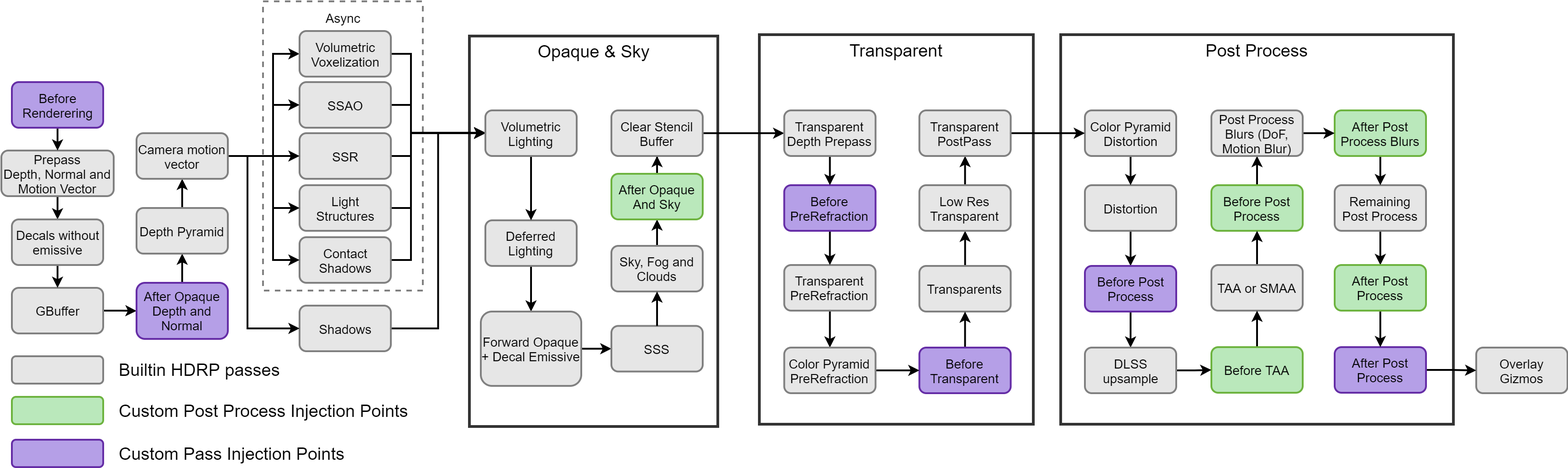
Above: Documentation~/Images/HDRP-frame-graph-diagram.png in needle-mirror/com.unity.render-pipelines.high-definition (draw.io), before the change. Source tidied: cells renumbered, new cells last; positions are measured from the earlier drawing's top-left corner, leaving out a move shared by most shapes.
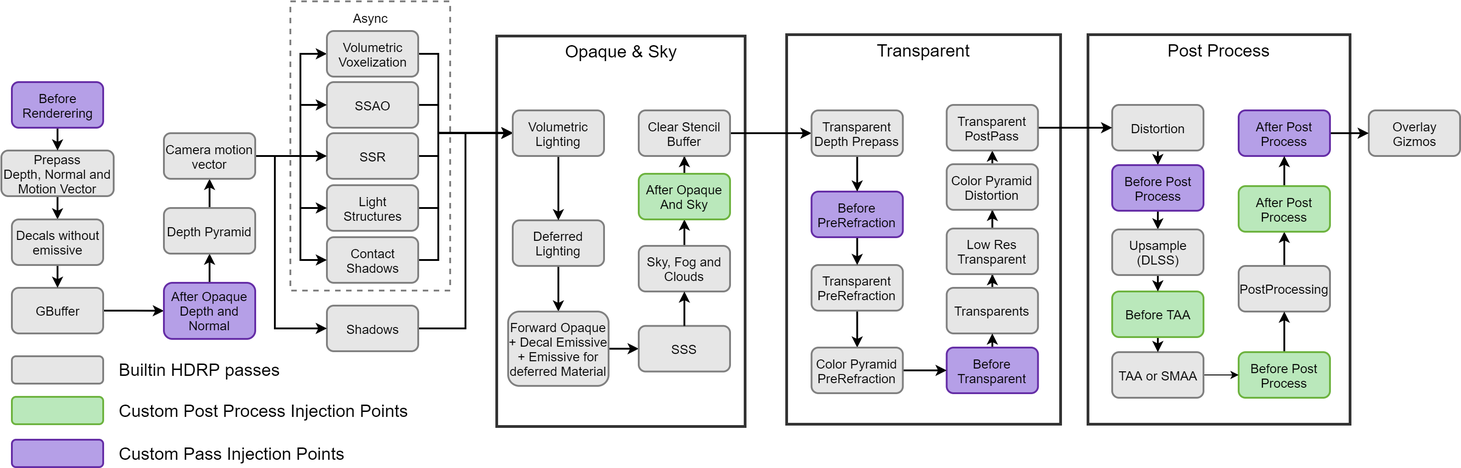
The same file after the commit.

What changed in the source:
```diff
@@ -9,7 +9,7 @@
       <mxGeometry x="512.5" y="38" width="272" height="428" as="geometry" />
     </mxCell>
     <mxCell id="4" value="&lt;font style=&quot;font-size: 19px&quot;&gt;Post Process&lt;br&gt;&lt;/font&gt;" style="rounded=0;whiteSpace=wrap;html=1;fillColor=none;strokeWidth=3;strokeColor=#333333;verticalAlign=top;fontSize=19;" parent="1" vertex="1">
-      <mxGeometry x="1160" y="36.5" width="430" height="427" as="geometry" />
+      <mxGeometry x="1160" y="36.5" width="287" height="427" as="geometry" />
     </mxCell>
     <mxCell id="5" value="&lt;font style=&quot;font-size: 19px&quot;&gt;Transparent&lt;br&gt;&lt;br&gt;&lt;/font&gt;" style="rounded=0;whiteSpace=wrap;html=1;fillColor=none;strokeWidth=3;strokeColor=#333333;verticalAlign=top;fontSize=19;" parent="1" vertex="1">
       <mxGeometry x="830" y="36.5" width="300" height="427" as="geometry" />
@@ -18,13 +18,13 @@
       <mxGeometry relative="1" as="geometry" />
     </mxCell>
     <mxCell id="7" value="Prepass&lt;br&gt;Depth, Normal and&lt;br&gt;Motion Vector" style="rounded=1;whiteSpace=wrap;html=1;strokeWidth=2;labelBackgroundColor=none;strokeColor=#808080;fontSize=14;fillColor=#E6E6E6;" parent="1" vertex="1">
-      <mxGeometry y="163.5" width="123" height="50" as="geometry" />
+      <mxGeometry x="-30" y="163.5" width="123" height="50" as="geometry" />
     </mxCell>
     <mxCell id="8" style="edgeStyle=orthogonalEdgeStyle;rounded=0;jettySize=auto;html=1;strokeColor=#000000;strokeWidth=2;fontSize=19;fontColor=#E6E6E6;" parent="1" edge="1" source="9" target="43">
       <mxGeometry relative="1" as="geometry" />
     </mxCell>
     <mxCell id="9" value="GBuffer&lt;br style=&quot;font-size: 14px;&quot;&gt;" style="rounded=1;whiteSpace=wrap;html=1;strokeWidth=2;labelBackgroundColor=none;strokeColor=#808080;fontSize=14;fillColor=#E6E6E6;" parent="1" vertex="1">
-      <mxGeometry x="11.5" y="314" width="100" height="50" as="geometry" />
+      <mxGeometry x="-18.5" y="314" width="100" height="50" as="geometry" />
     </mxCell>
     <mxCell id="10" style="edgeStyle=orthogonalEdgeStyle;rounded=0;jettySize=auto;html=1;exitX=1;exitY=0.5;exitDx=0;exitDy=0;strokeColor=#000000;strokeWidth=2;fontSize=19;fontColor=#E6E6E6;" parent="1" edge="1" source="11" target="83">
       <mxGeometry relative="1" as="geometry">
@@ -68,14 +68,14 @@
     <mxCell id="18" style="edgeStyle=orthogonalEdgeStyle;rounded=0;jettySize=auto;html=1;fontColor=#FCFCFC;strokeWidth=2;labelBackgroundColor=none;strokeColor=#000000;fontSize=14;exitX=1;exitY=0.5;exitDx=0;exitDy=0;entryX=0;entryY=0.5;entryDx=0;entryDy=0;" parent="1" edge="1" source="19" target="22">
       <mxGeometry relative="1" as="geometry" />
     </mxCell>
-    <mxCell id="19" value="Forward Opaque + Decal Emissive" style="rounded=1;whiteSpace=wrap;html=1;strokeWidth=2;labelBackgroundColor=none;strokeColor=#808080;fontSize=14;fillColor=#E6E6E6;" parent="1" vertex="1">
+    <mxCell id="19" value="Forward Opaque + Decal Emissive + Emissive for deferred Material" style="rounded=1;whiteSpace=wrap;html=1;strokeWidth=2;labelBackgroundColor=none;strokeColor=#808080;fontSize=14;fillColor=#E6E6E6;" parent="1" vertex="1">
       <mxGeometry x="525" y="340" width="110" height="81.5" as="geometry" />
     </mxCell>
     <mxCell id="20" style="edgeStyle=orthogonalEdgeStyle;rounded=0;jettySize=auto;html=1;strokeColor=#000000;strokeWidth=2;fontSize=19;fontColor=#E6E6E6;" parent="1" edge="1" source="21" target="9">
       <mxGeometry relative="1" as="geometry" />
     </mxCell>
     <mxCell id="21" value="Decals without emissive" style="rounded=1;whiteSpace=wrap;html=1;strokeWidth=2;labelBackgroundColor=none;fontSize=14;fillColor=#E6E6E6;strokeColor=#808080;" parent="1" vertex="1">
-      <mxGeometry x="11.5" y="239" width="100" height="50" as="geometry" />
+      <mxGeometry x="-18.5" y="239" width="100" height="50" as="geometry" />
     </mxCell>
     <mxCell id="22" value="SSS&lt;br style=&quot;font-size: 14px;&quot;&gt;" style="rounded=1;whiteSpace=wrap;html=1;strokeWidth=2;labelBackgroundColor=none;strokeColor=#808080;fontSize=14;fillColor=#E6E6E6;" parent="1" vertex="1">
       <mxGeometry x="668" y="355.8" width="100" height="50" as="geometry" />
@@ -96,28 +96,28 @@
       <mxGeometry relative="1" as="geometry" />
     </mxCell>
     <mxCell id="28" value="Distortion&lt;br style=&quot;font-size: 14px;&quot;&gt;" style="rounded=1;whiteSpace=wrap;html=1;strokeWidth=2;labelBackgroundColor=none;fontSize=14;fillColor=#E6E6E6;strokeColor=#808080;" parent="1" vertex="1">
-      <mxGeometry x="1186.5" y="201.5" width="100" height="50" as="geometry" />
+      <mxGeometry x="1186.5" y="113.5" width="100" height="50" as="geometry" />
     </mxCell>
     <mxCell id="29" style="edgeStyle=orthogonalEdgeStyle;rounded=0;jettySize=auto;html=1;strokeColor=#000000;strokeWidth=2;fontSize=19;" parent="1" edge="1" source="30" target="55">
       <mxGeometry relative="1" as="geometry" />
     </mxCell>
-    <mxCell id="30" value="Remaining Post Process" style="rounded=1;whiteSpace=wrap;html=1;strokeWidth=2;labelBackgroundColor=none;fontSize=14;fillColor=#E6E6E6;strokeColor=#808080;" parent="1" vertex="1">
-      <mxGeometry x="1460" y="201.5" width="100" height="50" as="geometry" />
+    <mxCell id="30" value="PostProcessing&lt;br style=&quot;font-size: 14px;&quot;&gt;" style="rounded=1;whiteSpace=wrap;html=1;strokeWidth=2;labelBackgroundColor=none;fontSize=14;fillColor=#E6E6E6;strokeColor=#808080;" parent="1" vertex="1">
+      <mxGeometry x="1325" y="290" width="100" height="50" as="geometry" />
     </mxCell>
     <mxCell id="31" value="Overlay&lt;br&gt;Gizmos" style="rounded=1;whiteSpace=wrap;html=1;strokeWidth=2;labelBackgroundColor=none;fontSize=14;fillColor=#E6E6E6;strokeColor=#808080;" parent="1" vertex="1">
-      <mxGeometry x="1615" y="379.5" width="100" height="50" as="geometry" />
+      <mxGeometry x="1467.5" y="119.5" width="100" height="50" as="geometry" />
     </mxCell>
     <mxCell id="32" style="edgeStyle=orthogonalEdgeStyle;rounded=0;jettySize=auto;html=1;strokeColor=#000000;strokeWidth=2;fontSize=19;" parent="1" edge="1" source="33" target="35">
       <mxGeometry relative="1" as="geometry" />
     </mxCell>
     <mxCell id="33" value="Transparents&lt;br style=&quot;font-size: 14px;&quot;&gt;" style="rounded=1;whiteSpace=wrap;html=1;strokeWidth=2;labelBackgroundColor=none;strokeColor=#808080;fontSize=14;fillColor=#E6E6E6;" parent="1" vertex="1">
-      <mxGeometry x="1005.2" y="290" width="100" height="50" as="geometry" />
+      <mxGeometry x="1005.2" y="314" width="100" height="50" as="geometry" />
     </mxCell>
-    <mxCell id="34" style="edgeStyle=orthogonalEdgeStyle;rounded=0;jettySize=auto;html=1;exitX=0.5;exitY=0;exitDx=0;exitDy=0;strokeWidth=2;" parent="1" edge="1" source="35" target="86">
-      <mxGeometry relative="1" as="geometry" />
-    </mxCell>
+    <mxCell id="98" style="edgeStyle=orthogonalEdgeStyle;rounded=0;jettySize=auto;html=1;strokeColor=#000000;strokeWidth=2;fontSize=19;" parent="1" edge="1" source="35" target="62">
+      <mxGeometry relative="1" as="geometry" />
+    </mxCell>
     <mxCell id="35" value="Low Res Transparent" style="rounded=1;whiteSpace=wrap;html=1;strokeWidth=2;labelBackgroundColor=none;strokeColor=#808080;fontSize=14;fillColor=#E6E6E6;" parent="1" vertex="1">
-      <mxGeometry x="1005.2" y="201.5" width="100" height="50" as="geometry" />
+      <mxGeometry x="1005.2" y="249" width="100" height="50" as="geometry" />
     </mxCell>
     <mxCell id="36" style="edgeStyle=orthogonalEdgeStyle;rounded=0;jettySize=auto;html=1;exitX=1;exitY=0.5;exitDx=0;exitDy=0;entryX=0;entryY=0.5;entryDx=0;entryDy=0;strokeColor=#000000;strokeWidth=2;fontSize=19;fontColor=#E6E6E6;" parent="1" edge="1" source="37" target="83">
       <mxGeometry relative="1" as="geometry">
@@ -140,7 +140,7 @@
       <mxGeometry relative="1" as="geometry" />
     </mxCell>
     <mxCell id="41" value="Before Renderering" style="rounded=1;whiteSpace=wrap;html=1;strokeWidth=2;labelBackgroundColor=none;fontSize=14;fillColor=#B59FE7;strokeColor=#652DA6;" parent="1" vertex="1">
-      <mxGeometry x="11.5" y="88.5" width="100" height="50" as="geometry" />
+      <mxGeometry x="-18.5" y="88.5" width="100" height="50" as="geometry" />
     </mxCell>
     <mxCell id="42" style="edgeStyle=orthogonalEdgeStyle;rounded=0;jettySize=auto;html=1;strokeColor=#000000;strokeWidth=2;fontSize=19;fontColor=#E6E6E6;" parent="1" edge="1" source="43" target="72">
       <mxGeometry relative="1" as="geometry" />
@@ -152,7 +152,7 @@
       <mxGeometry relative="1" as="geometry" />
     </mxCell>
     <mxCell id="45" value="Before PreRefraction" style="rounded=1;whiteSpace=wrap;html=1;strokeWidth=2;labelBackgroundColor=none;fontSize=14;fillColor=#B59FE7;strokeColor=#652DA6;" parent="1" vertex="1">
-      <mxGeometry x="857.2" y="201.5" width="100" height="50" as="geometry" />
+      <mxGeometry x="857.2" y="208.5" width="100" height="50" as="geometry" />
     </mxCell>
     <mxCell id="46" style="edgeStyle=orthogonalEdgeStyle;rounded=0;jettySize=auto;html=1;exitX=0.5;exitY=0;exitDx=0;exitDy=0;entryX=0.5;entryY=1;entryDx=0;entryDy=0;strokeColor=#000000;strokeWidth=2;" parent="1" edge="1" source="47" target="33">
       <mxGeometry relative="1" as="geometry" />
@@ -164,25 +164,25 @@
       <mxGeometry relative="1" as="geometry" />
     </mxCell>
     <mxCell id="49" value="Before Post Process" style="rounded=1;whiteSpace=wrap;html=1;strokeWidth=2;labelBackgroundColor=none;fontSize=14;fillColor=#B59FE7;strokeColor=#652DA6;" parent="1" vertex="1">
-      <mxGeometry x="1186.5" y="290" width="100" height="50" as="geometry" />
+      <mxGeometry x="1186.5" y="179.5" width="100" height="50" as="geometry" />
     </mxCell>
     <mxCell id="50" style="edgeStyle=orthogonalEdgeStyle;rounded=0;jettySize=auto;html=1;exitX=1;exitY=0.5;exitDx=0;exitDy=0;strokeColor=#000000;strokeWidth=2;fontSize=19;fontColor=#FFFFFF;" parent="1" edge="1" source="51" target="31">
       <mxGeometry relative="1" as="geometry" />
     </mxCell>
     <mxCell id="51" value="After Post Process" style="rounded=1;whiteSpace=wrap;html=1;strokeWidth=2;labelBackgroundColor=none;fontSize=14;fillColor=#B59FE7;strokeColor=#652DA6;" parent="1" vertex="1">
-      <mxGeometry x="1460" y="379" width="100" height="50" as="geometry" />
+      <mxGeometry x="1325" y="119.5" width="100" height="50" as="geometry" />
     </mxCell>
-    <mxCell id="52" style="edgeStyle=orthogonalEdgeStyle;rounded=0;jettySize=auto;html=1;exitX=0.5;exitY=0;exitDx=0;exitDy=0;entryX=0.5;entryY=1;entryDx=0;entryDy=0;strokeWidth=2;" parent="1" edge="1" source="53" target="97">
-      <mxGeometry relative="1" as="geometry" />
-    </mxCell>
+    <mxCell id="99" style="edgeStyle=orthogonalEdgeStyle;rounded=0;jettySize=auto;html=1;strokeColor=#000000;strokeWidth=2;fontSize=19;fontColor=#FFFFFF;" parent="1" edge="1" source="53" target="30">
+      <mxGeometry relative="1" as="geometry" />
+    </mxCell>
     <mxCell id="53" value="Before Post Process" style="rounded=1;whiteSpace=wrap;html=1;strokeWidth=2;labelBackgroundColor=none;fontSize=14;fillColor=#BAE8BB;strokeColor=#6DB33F;" parent="1" vertex="1">
-      <mxGeometry x="1325" y="201.5" width="100" height="50" as="geometry" />
+      <mxGeometry x="1325" y="384.5" width="100" height="50" as="geometry" />
     </mxCell>
-    <mxCell id="54" style="edgeStyle=orthogonalEdgeStyle;rounded=0;jettySize=auto;html=1;strokeWidth=2;" parent="1" edge="1" source="55" target="51">
+    <mxCell id="54" style="edgeStyle=orthogonalEdgeStyle;rounded=0;jettySize=auto;html=1;exitX=0.5;exitY=0;exitDx=0;exitDy=0;entryX=0.5;entryY=1;entryDx=0;entryDy=0;strokeColor=#000000;strokeWidth=2;fontSize=19;" parent="1" edge="1" source="55" target="51">
       <mxGeometry relative="1" as="geometry" />
     </mxCell>
     <mxCell id="55" value="After Post Process" style="rounded=1;whiteSpace=wrap;html=1;strokeWidth=2;labelBackgroundColor=none;fontSize=14;fillColor=#BAE8BB;strokeColor=#6DB33F;" parent="1" vertex="1">
-      <mxGeometry x="1460" y="289" width="100" height="50" as="geometry" />
+      <mxGeometry x="1325" y="202.5" width="100" height="50" as="geometry" />
     </mxCell>
     <mxCell id="56" style="edgeStyle=orthogonalEdgeStyle;rounded=0;jettySize=auto;html=1;exitX=1;exitY=0.5;exitDx=0;exitDy=0;entryX=0;entryY=0.5;entryDx=0;entryDy=0;strokeColor=#000000;strokeWidth=2;" parent="1" edge="1" source="91" target="60">
       <mxGeometry relative="1" as="geometry" />
@@ -199,11 +199,11 @@
     <mxCell id="60" value="Transparent Depth Prepass" style="rounded=1;whiteSpace=wrap;html=1;strokeWidth=2;labelBackgroundColor=none;strokeColor=#808080;fontSize=14;fillColor=#E6E6E6;" parent="1" vertex="1">
       <mxGeometry x="857.2" y="119.5" width="100" height="50" as="geometry" />
     </mxCell>
-    <mxCell id="61" style="edgeStyle=orthogonalEdgeStyle;rounded=0;jettySize=auto;html=1;exitX=0.5;exitY=1;exitDx=0;exitDy=0;entryX=0.5;entryY=0;entryDx=0;entryDy=0;strokeWidth=2;" parent="1" edge="1" source="62" target="28">
-      <mxGeometry relative="1" as="geometry" />
-    </mxCell>
+    <mxCell id="100" style="edgeStyle=orthogonalEdgeStyle;rounded=0;jettySize=auto;html=1;exitX=0.5;exitY=0;exitDx=0;exitDy=0;entryX=0.5;entryY=1;entryDx=0;entryDy=0;strokeColor=#000000;strokeWidth=2;fontSize=19;fontColor=#E6E6E6;" parent="1" edge="1" source="62" target="86">
+      <mxGeometry relative="1" as="geometry" />
+    </mxCell>
     <mxCell id="62" value="Color Pyramid&lt;br&gt;Distortion" style="rounded=1;whiteSpace=wrap;html=1;strokeWidth=2;labelBackgroundColor=none;strokeColor=#808080;fontSize=14;fillColor=#E6E6E6;" parent="1" vertex="1">
-      <mxGeometry x="1186.5" y="119.5" width="100" height="50" as="geometry" />
+      <mxGeometry x="1005.2" y="178.5" width="100" height="50" as="geometry" />
     </mxCell>
     <mxCell id="63" style="edgeStyle=orthogonalEdgeStyle;rounded=0;jettySize=auto;html=1;exitX=1;exitY=0.5;exitDx=0;exitDy=0;entryX=0;entryY=0.5;entryDx=0;entryDy=0;strokeColor=#000000;strokeWidth=2;fontSize=19;" parent="1" edge="1" source="64" target="47">
       <mxGeometry relative="1" as="geometry" />
@@ -212,22 +212,22 @@
       <mxGeometry x="857.2" y="379.5" width="100" height="50" as="geometry" />
     </mxCell>
     <mxCell id="65" style="rounded=1;whiteSpace=wrap;html=1;strokeWidth=2;labelBackgroundColor=none;fontSize=14;fillColor=#B59FE7;strokeColor=#652DA6;" parent="1" vertex="1">
-      <mxGeometry x="11.5" y="480.5" width="100" height="30" as="geometry" />
+      <mxGeometry x="-18.5" y="480.5" width="100" height="30" as="geometry" />
     </mxCell>
     <mxCell id="66" style="rounded=1;whiteSpace=wrap;html=1;strokeWidth=2;labelBackgroundColor=none;strokeColor=#808080;fontSize=14;fillColor=#E6E6E6;" parent="1" vertex="1">
-      <mxGeometry x="11.5" y="389" width="100" height="30" as="geometry" />
+      <mxGeometry x="-18.5" y="389" width="100" height="30" as="geometry" />
     </mxCell>
     <mxCell id="67" style="rounded=1;whiteSpace=wrap;html=1;strokeWidth=2;labelBackgroundColor=none;fontSize=14;fillColor=#BAE8BB;strokeColor=#6DB33F;" parent="1" vertex="1">
-      <mxGeometry x="11.5" y="433.5" width="100" height="30" as="geometry" />
+      <mxGeometry x="-18.5" y="433.5" width="100" height="30" as="geometry" />
     </mxCell>
     <mxCell id="68" value="Custom Pass Injection Points" style="text;html=1;strokeColor=none;fillColor=none;align=left;verticalAlign=middle;whiteSpace=wrap;rounded=0;fontSize=19;fontColor=#000000;" parent="1" vertex="1">
-      <mxGeometry x="126.5" y="485.5" width="366" height="20" as="geometry" />
+      <mxGeometry x="96.5" y="485.5" width="366" height="20" as="geometry" />
     </mxCell>
     <mxCell id="69" value="Builtin HDRP passes" style="text;html=1;strokeColor=none;fillColor=none;align=left;verticalAlign=middle;whiteSpace=wrap;rounded=0;fontSize=19;fontColor=#000000;" parent="1" vertex="1">
-      <mxGeometry x="126.5" y="394" width="366" height="20" as="geometry" />
+      <mxGeometry x="96.5" y="394" width="366" height="20" as="geometry" />
     </mxCell>
     <mxCell id="70" value="Custom Post Process Injection Points" style="text;html=1;strokeColor=none;fillColor=none;align=left;verticalAlign=middle;whiteSpace=wrap;rounded=0;fontSize=19;fontColor=#000000;" parent="1" vertex="1">
-      <mxGeometry x="126.5" y="438.5" width="366" height="20" as="geometry" />
+      <mxGeometry x="96.5" y="438.5" width="366" height="20" as="geometry" />
     </mxCell>
     <mxCell id="71" style="edgeStyle=orthogonalEdgeStyle;rounded=0;jettySize=auto;html=1;strokeColor=#000000;strokeWidth=2;fontSize=19;fontColor=#E6E6E6;" parent="1" edge="1" source="72" target="79">
       <mxGeometry relative="1" as="geometry" />
@@ -301,44 +301,32 @@
     <mxCell id="84" style="edgeStyle=orthogonalEdgeStyle;rounded=0;jettySize=auto;html=1;exitX=0.5;exitY=0;exitDx=0;exitDy=0;entryX=0.5;entryY=1;entryDx=0;entryDy=0;strokeColor=#000000;strokeWidth=2;fontSize=19;fontColor=#E6E6E6;" parent="1" edge="1" source="22" target="24">
       <mxGeometry relative="1" as="geometry" />
     </mxCell>
-    <mxCell id="85" style="edgeStyle=orthogonalEdgeStyle;rounded=0;jettySize=auto;html=1;exitX=1;exitY=0.5;exitDx=0;exitDy=0;entryX=0;entryY=0.5;entryDx=0;entryDy=0;strokeWidth=2;" parent="1" edge="1" source="86" target="62">
-      <mxGeometry relative="1" as="geometry" />
-    </mxCell>
+    <mxCell id="101" style="edgeStyle=orthogonalEdgeStyle;rounded=0;jettySize=auto;html=1;exitX=1;exitY=0.5;exitDx=0;exitDy=0;strokeColor=#000000;strokeWidth=2;fontSize=19;fontColor=#E6E6E6;" parent="1" edge="1" source="86" target="28">
+      <mxGeometry relative="1" as="geometry" />
+    </mxCell>
     <mxCell id="86" value="Transparent PostPass" style="rounded=1;whiteSpace=wrap;html=1;strokeWidth=2;labelBackgroundColor=none;strokeColor=#808080;fontSize=14;fillColor=#E6E6E6;" parent="1" vertex="1">
-      <mxGeometry x="1005.2" y="119.5" width="100" height="50" as="geometry" />
+      <mxGeometry x="1005.2" y="113.5" width="100" height="50" as="geometry" />
     </mxCell>
-    <mxCell id="87" style="edgeStyle=orthogonalEdgeStyle;rounded=0;jettySize=auto;html=1;exitX=0.5;exitY=0;exitDx=0;exitDy=0;entryX=0.5;entryY=1;entryDx=0;entryDy=0;strokeWidth=2;" parent="1" edge="1" source="88" target="53">
+    <mxCell id="87" style="edgeStyle=orthogonalEdgeStyle;rounded=0;jettySize=auto;html=1;exitX=1;exitY=0.5;exitDx=0;exitDy=0;entryX=0;entryY=0.5;entryDx=0;entryDy=0;" parent="1" edge="1" source="88" target="53">
       <mxGeometry relative="1" as="geometry" />
     </mxCell>
     <mxCell id="88" value="TAA or SMAA" style="rounded=1;whiteSpace=wrap;html=1;strokeWidth=2;labelBackgroundColor=none;fontSize=14;fillColor=#E6E6E6;strokeColor=#808080;" parent="1" vertex="1">
-      <mxGeometry x="1325" y="289" width="100" height="50" as="geometry" />
+      <mxGeometry x="1186.5" y="384.5" width="100" height="50" as="geometry" />
     </mxCell>
-    <mxCell id="89" style="edgeStyle=orthogonalEdgeStyle;rounded=0;jettySize=auto;html=1;strokeWidth=2;" parent="1" edge="1" source="90" target="88">
+    <mxCell id="89" style="edgeStyle=orthogonalEdgeStyle;rounded=0;jettySize=auto;html=1;exitX=0.5;exitY=1;exitDx=0;exitDy=0;entryX=0.5;entryY=0;entryDx=0;entryDy=0;strokeWidth=2;" parent="1" edge="1" source="90" target="88">
       <mxGeometry relative="1" as="geometry" />
     </mxCell>
     <mxCell id="90" value="Before TAA" style="rounded=1;whiteSpace=wrap;html=1;strokeWidth=2;labelBackgroundColor=none;fontSize=14;fillColor=#BAE8BB;strokeColor=#6DB33F;" parent="1" vertex="1">
-      <mxGeometry x="1325" y="379" width="100" height="50" as="geometry" />
+      <mxGeometry x="1186.5" y="318" width="100" height="50" as="geometry" />
     </mxCell>
     <mxCell id="91" value="Clear Stencil Buffer" style="rounded=1;whiteSpace=wrap;html=1;strokeWidth=2;labelBackgroundColor=none;strokeColor=#808080;fontSize=14;fillColor=#E6E6E6;" parent="1" vertex="1">
       <mxGeometry x="668" y="119.5" width="100" height="50" as="geometry" />
     </mxCell>
-    <mxCell id="92" style="edgeStyle=orthogonalEdgeStyle;rounded=0;jettySize=auto;html=1;exitX=1;exitY=0.5;exitDx=0;exitDy=0;strokeWidth=2;" parent="1" edge="1" source="93" target="90">
+    <mxCell id="92" style="edgeStyle=orthogonalEdgeStyle;rounded=0;jettySize=auto;html=1;exitX=0.5;exitY=1;exitDx=0;exitDy=0;entryX=0.5;entryY=0;entryDx=0;entryDy=0;strokeWidth=2;" parent="1" edge="1" source="93" target="90">
       <mxGeometry relative="1" as="geometry" />
     </mxCell>
-    <mxCell id="93" value="DLSS upsample" style="rounded=1;whiteSpace=wrap;html=1;strokeWidth=2;labelBackgroundColor=none;fontSize=14;fillColor=#E6E6E6;strokeColor=#808080;" parent="1" vertex="1">
-      <mxGeometry x="1186.5" y="379.5" width="100" height="50" as="geometry" />
+    <mxCell id="93" value="Upsample&lt;br&gt;(DLSS)" style="rounded=1;whiteSpace=wrap;html=1;strokeWidth=2;labelBackgroundColor=none;fontSize=14;fillColor=#E6E6E6;strokeColor=#808080;" parent="1" vertex="1">
+      <mxGeometry x="1186.5" y="250" width="100" height="50" as="geometry" />
     </mxCell>
-    <mxCell id="94" style="edgeStyle=orthogonalEdgeStyle;rounded=0;jettySize=auto;html=1;exitX=0.5;exitY=1;exitDx=0;exitDy=0;entryX=0.5;entryY=0;entryDx=0;entryDy=0;strokeWidth=2;" parent="1" edge="1" source="95" target="30">
-      <mxGeometry relative="1" as="geometry" />
-    </mxCell>
-    <mxCell id="95" value="After Post Process Blurs" style="rounded=1;whiteSpace=wrap;html=1;strokeWidth=2;labelBackgroundColor=none;fontSize=14;fillColor=#BAE8BB;strokeColor=#6DB33F;" parent="1" vertex="1">
-      <mxGeometry x="1460" y="119.5" width="100" height="50" as="geometry" />
-    </mxCell>
-    <mxCell id="96" style="edgeStyle=orthogonalEdgeStyle;rounded=0;jettySize=auto;html=1;strokeWidth=2;" parent="1" edge="1" source="97" target="95">
-      <mxGeometry relative="1" as="geometry" />
-    </mxCell>
-    <mxCell id="97" value="Post Process Blurs (DoF, Motion Blur)" style="rounded=1;whiteSpace=wrap;html=1;strokeWidth=2;labelBackgroundColor=none;fontSize=14;fillColor=#E6E6E6;strokeColor=#808080;" parent="1" vertex="1">
-      <mxGeometry x="1325" y="119.5" width="100" height="50" as="geometry" />
-    </mxCell>
   </root>
 </mxGraphModel>
```
